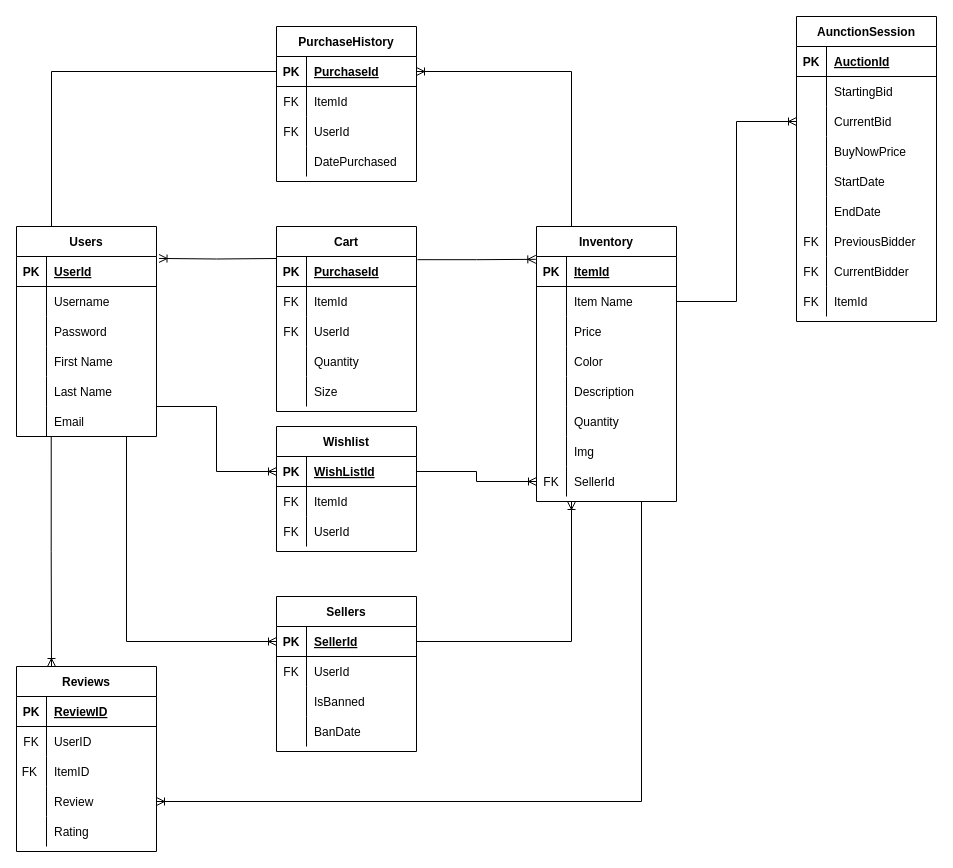
Earlier version of the draw.io diagram Deliverable 2/Shufflewear.drawio (AlvinAlagos/E-CommerceProject). Source tidied: cells renumbered, new cells numbered last; positions are measured from the earlier drawing's top-left corner, leaving out a move shared by most shapes. Both pictures are drawn from the tidied source at 100%, with x=0, y=0 at pixel (16, 16).
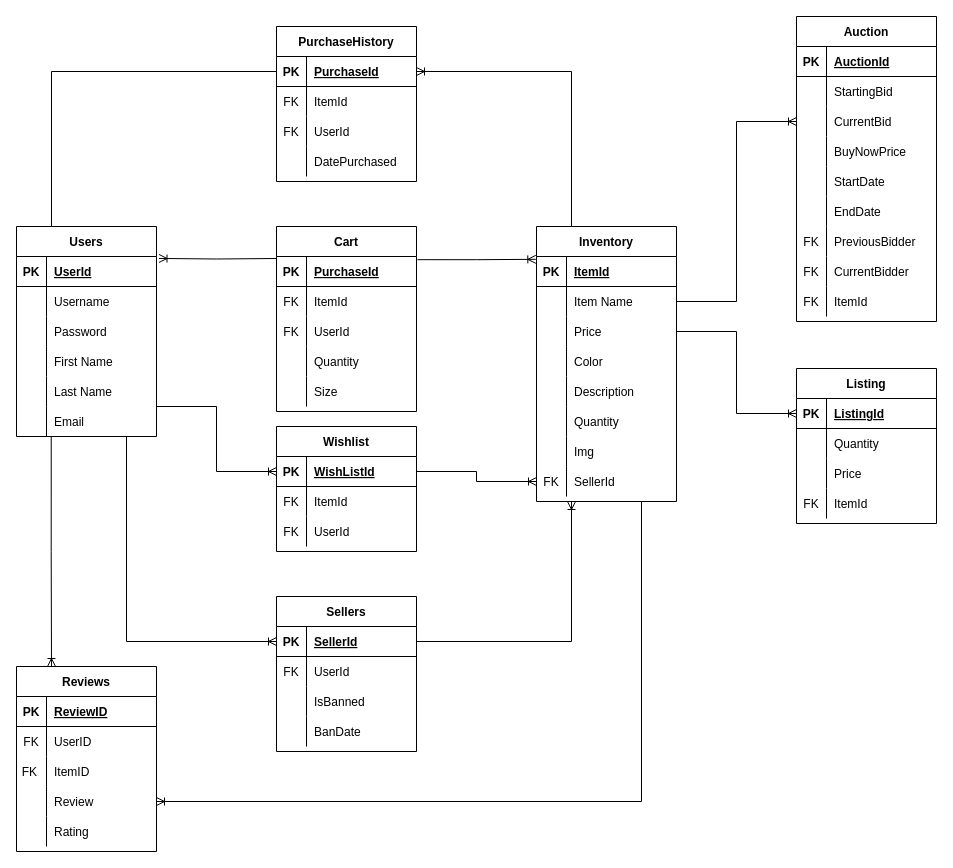
After the change.

Commit message:
made listing

Unchanged cells that the change refers to:
```xml
<mxCell id="23" style="shape=partialRectangle;fillColor=none;points=[[0,0.5],[1,0.5]];portConstraint=eastwest;top=0;left=0;right=0;bottom=0;" parent="16" vertex="1">
  <mxGeometry y="90" width="140" height="30" as="geometry" />
</mxCell>
```

What changed in the source:
```diff
@@
-    <mxCell id="78" value="AunctionSession" style="shape=table;startSize=30;childLayout=tableLayout;rowLines=0;fontStyle=1;align=center;" parent="1" vertex="1">
+    <mxCell id="78" value="Auction" style="shape=table;startSize=30;childLayout=tableLayout;rowLines=0;fontStyle=1;align=center;" parent="1" vertex="1">
       <mxGeometry x="780" width="140" height="305" as="geometry" />
     </mxCell>
@@
+    <mxCell id="153" value="Listing" style="shape=table;startSize=30;childLayout=tableLayout;rowLines=0;fontStyle=1;align=center;" parent="1" vertex="1">
+      <mxGeometry x="780" y="352" width="140" height="155" as="geometry" />
+    </mxCell>
+    <mxCell id="154" style="shape=partialRectangle;fillColor=none;points=[[0,0.5],[1,0.5]];portConstraint=eastwest;top=0;left=0;right=0;bottom=1;" parent="153" vertex="1">
+      <mxGeometry y="30" width="140" height="30" as="geometry" />
+    </mxCell>
+    <mxCell id="155" value="PK" style="shape=partialRectangle;overflow=hidden;fillColor=none;top=0;left=0;bottom=0;right=0;fontStyle=1;" parent="154" vertex="1">
+      <mxGeometry width="30" height="30" as="geometry" />
+    </mxCell>
+    <mxCell id="156" value="ListingId" style="shape=partialRectangle;overflow=hidden;fillColor=none;top=0;left=0;bottom=0;right=0;align=left;spacingLeft=6;fontStyle=5;" parent="154" vertex="1">
+      <mxGeometry x="30" width="110" height="30" as="geometry" />
+    </mxCell>
+    <mxCell id="157" style="shape=partialRectangle;fillColor=none;top=0;left=0;right=0;bottom=0;" parent="153" vertex="1">
+      <mxGeometry y="60" width="140" height="30" as="geometry" />
+    </mxCell>
+    <mxCell id="158" style="shape=partialRectangle;overflow=hidden;fillColor=none;top=0;left=0;bottom=0;right=0;" parent="157" vertex="1">
+      <mxGeometry width="30" height="30" as="geometry" />
+    </mxCell>
+    <mxCell id="159" value="Quantity" style="shape=partialRectangle;overflow=hidden;fillColor=none;top=0;left=0;bottom=0;right=0;align=left;spacingLeft=6;" parent="157" vertex="1">
+      <mxGeometry x="30" width="110" height="30" as="geometry" />
+    </mxCell>
+    <mxCell id="160" style="shape=partialRectangle;fillColor=none;top=0;left=0;right=0;bottom=0;" parent="153" vertex="1">
+      <mxGeometry y="90" width="140" height="30" as="geometry" />
+    </mxCell>
+    <mxCell id="161" style="shape=partialRectangle;overflow=hidden;fillColor=none;top=0;left=0;bottom=0;right=0;" parent="160" vertex="1">
+      <mxGeometry width="30" height="30" as="geometry" />
+    </mxCell>
+    <mxCell id="162" value="Price" style="shape=partialRectangle;overflow=hidden;fillColor=none;top=0;left=0;bottom=0;right=0;align=left;spacingLeft=6;" parent="160" vertex="1">
+      <mxGeometry x="30" width="110" height="30" as="geometry" />
+    </mxCell>
+    <mxCell id="163" style="shape=partialRectangle;fillColor=none;top=0;left=0;right=0;bottom=0;" parent="153" vertex="1">
+      <mxGeometry y="120" width="140" height="30" as="geometry" />
+    </mxCell>
+    <mxCell id="164" value="FK" style="shape=partialRectangle;overflow=hidden;fillColor=none;top=0;left=0;bottom=0;right=0;" parent="163" vertex="1">
+      <mxGeometry width="30" height="30" as="geometry" />
+    </mxCell>
+    <mxCell id="165" value="ItemId" style="shape=partialRectangle;overflow=hidden;fillColor=none;top=0;left=0;bottom=0;right=0;align=left;spacingLeft=6;" parent="163" vertex="1">
+      <mxGeometry x="30" width="110" height="30" as="geometry" />
+    </mxCell>
+    <mxCell id="166" style="fontSize=12;html=1;endArrow=ERoneToMany;rounded=0;exitX=1;exitY=0.5;exitDx=0;exitDy=0;entryX=0;entryY=0.5;entryDx=0;entryDy=0;edgeStyle=orthogonalEdgeStyle;" parent="1" edge="1" source="23" target="154">
+      <mxGeometry relative="1" as="geometry" />
+    </mxCell>
```
